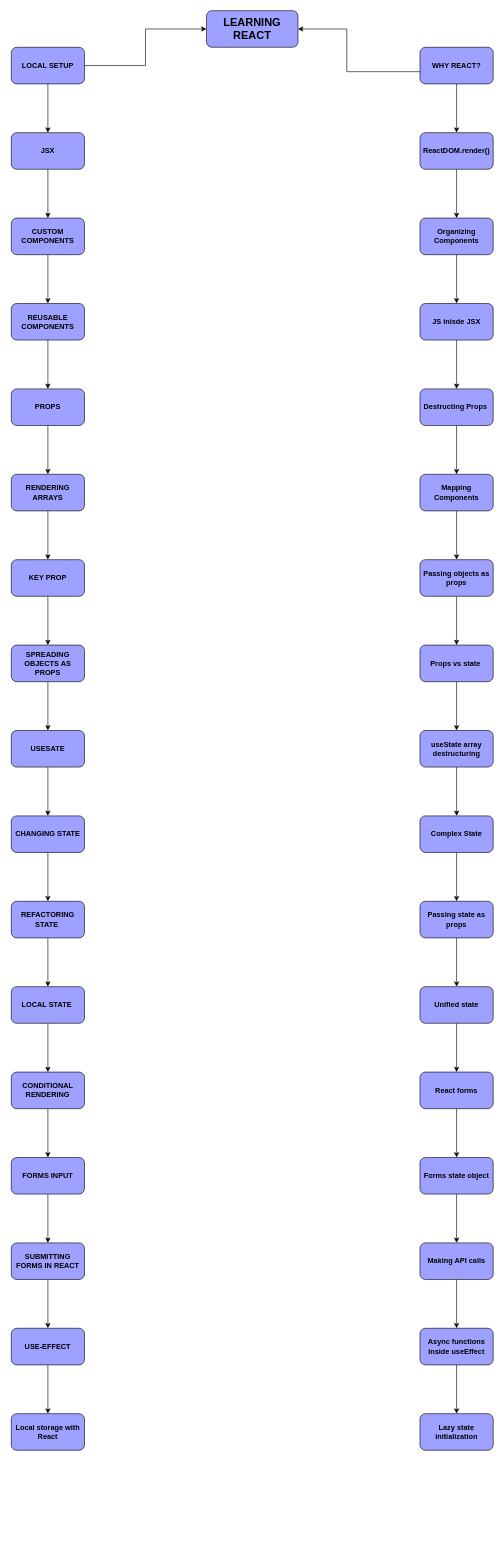
The draw.io diagram React-roadmap.drawio in chapman91/Career-Portfolio, before the edit. Source tidied: cells renumbered, new cells numbered last; positions are measured from the earlier drawing's top-left corner, leaving out a move shared by most shapes. Both pictures are drawn from the tidied source at 61%, with x=0, y=0 at pixel (11, 10).
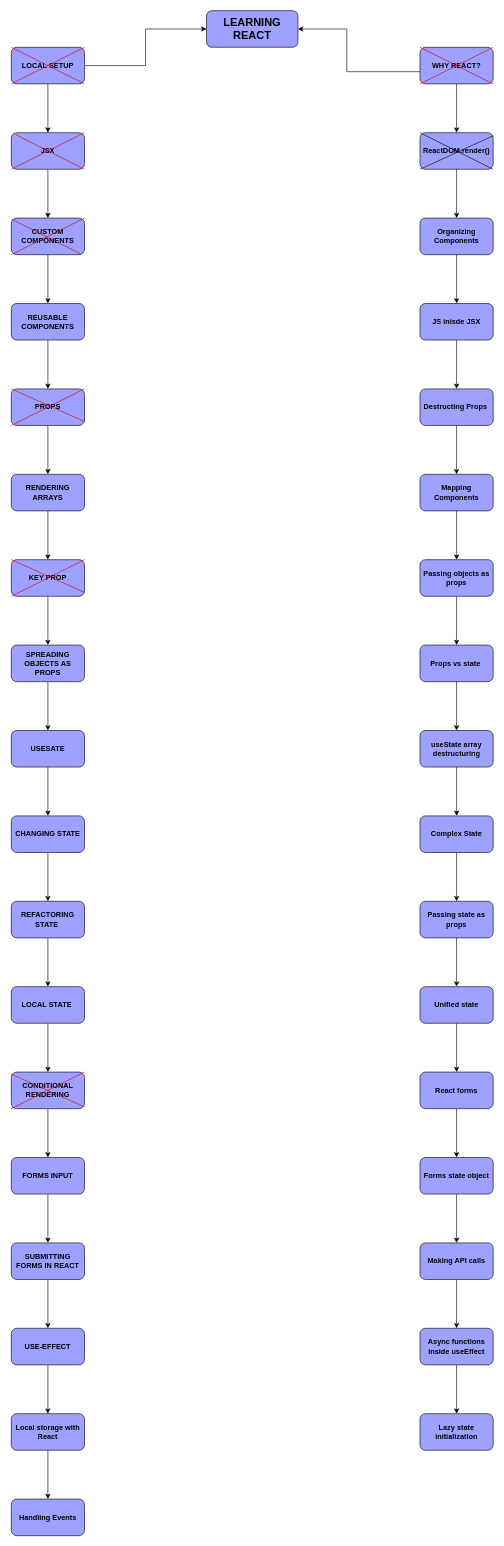
After the change.

Unchanged cells that the change refers to:
```xml
<mxCell id="4" value="&lt;b&gt;LOCAL SETUP&lt;/b&gt;" style="rounded=1;whiteSpace=wrap;html=1;fillColor=#9EA1FF;" parent="1" vertex="1">
  <mxGeometry y="60" width="120" height="60" as="geometry" />
</mxCell>
<mxCell id="6" value="&lt;b&gt;JSX&lt;/b&gt;" style="whiteSpace=wrap;html=1;rounded=1;fillColor=#9EA1FF;" parent="1" vertex="1">
  <mxGeometry y="200" width="120" height="60" as="geometry" />
</mxCell>
<mxCell id="8" value="&lt;b&gt;CUSTOM COMPONENTS&lt;/b&gt;" style="whiteSpace=wrap;html=1;rounded=1;fillColor=#9EA1FF;" parent="1" vertex="1">
  <mxGeometry y="340" width="120" height="60" as="geometry" />
</mxCell>
<mxCell id="12" value="&lt;b&gt;PROPS&lt;/b&gt;" style="whiteSpace=wrap;html=1;rounded=1;fillColor=#9EA1FF;" parent="1" vertex="1">
  <mxGeometry y="620" width="120" height="60" as="geometry" />
</mxCell>
<mxCell id="39" value="&lt;b&gt;ReactDOM.render()&lt;/b&gt;" style="whiteSpace=wrap;html=1;rounded=1;fillColor=#9EA1FF;" parent="1" vertex="1">
  <mxGeometry x="670" y="200" width="120" height="60" as="geometry" />
</mxCell>
<mxCell id="68" value="&lt;b&gt;Local storage with React&lt;/b&gt;" style="whiteSpace=wrap;html=1;rounded=1;fillColor=#9EA1FF;" parent="1" vertex="1">
  <mxGeometry y="2300" width="120" height="60" as="geometry" />
</mxCell>
```

The edit, as a diff of the source:
```diff
@@
+    <mxCell id="71" style="edgeStyle=orthogonalEdgeStyle;rounded=0;jettySize=auto;html=1;" parent="1" edge="1" source="68" target="88">
+      <mxGeometry relative="1" as="geometry" />
+    </mxCell>
@@
+    <mxCell id="72" style="endArrow=none;html=1;rounded=0;fillColor=#CC0000;strokeColor=#CC0000;exitX=0;exitY=0;exitDx=0;exitDy=0;entryX=1;entryY=1;entryDx=0;entryDy=0;" parent="1" edge="1" source="4" target="4">
+      <mxGeometry relative="1" as="geometry" />
+    </mxCell>
+    <mxCell id="73" style="endArrow=none;html=1;rounded=0;fillColor=#CC0000;strokeColor=#CC0000;exitX=0;exitY=1;exitDx=0;exitDy=0;entryX=1;entryY=0;entryDx=0;entryDy=0;" parent="1" edge="1" source="4" target="4">
+      <mxGeometry relative="1" as="geometry" />
+    </mxCell>
+    <mxCell id="74" style="endArrow=none;html=1;rounded=0;fillColor=#CC0000;strokeColor=#CC0000;exitX=0;exitY=1;exitDx=0;exitDy=0;entryX=1;entryY=0;entryDx=0;entryDy=0;" parent="1" edge="1">
+      <mxGeometry relative="1" as="geometry">
+        <mxPoint y="260" as="sourcePoint" />
+        <mxPoint x="120" y="200" as="targetPoint" />
+      </mxGeometry>
+    </mxCell>
+    <mxCell id="75" style="endArrow=none;html=1;rounded=0;fillColor=#CC0000;strokeColor=#CC0000;exitX=0.058;exitY=0.05;exitDx=0;exitDy=0;entryX=1;entryY=1;entryDx=0;entryDy=0;exitPerimeter=0;" parent="1" edge="1" source="6" target="6">
+      <mxGeometry relative="1" as="geometry" />
+    </mxCell>
+    <mxCell id="76" style="endArrow=none;html=1;rounded=0;fillColor=#CC0000;strokeColor=#CC0000;exitX=0.058;exitY=0.05;exitDx=0;exitDy=0;entryX=1;entryY=1;entryDx=0;entryDy=0;exitPerimeter=0;" parent="1" edge="1">
+      <mxGeometry relative="1" as="geometry">
+        <mxPoint y="341.5" as="sourcePoint" />
+        <mxPoint x="113" y="398.5" as="targetPoint" />
+      </mxGeometry>
+    </mxCell>
+    <mxCell id="77" style="endArrow=none;html=1;rounded=0;fillColor=#CC0000;strokeColor=#CC0000;exitX=0;exitY=1;exitDx=0;exitDy=0;entryX=1;entryY=0;entryDx=0;entryDy=0;" parent="1" edge="1" source="8" target="8">
+      <mxGeometry relative="1" as="geometry" />
+    </mxCell>
+    <mxCell id="78" style="endArrow=none;html=1;rounded=0;fillColor=#CC0000;strokeColor=#CC0000;exitX=0;exitY=0;exitDx=0;exitDy=0;entryX=1;entryY=1;entryDx=0;entryDy=0;" parent="1" edge="1">
+      <mxGeometry relative="1" as="geometry">
+        <mxPoint x="670" y="60" as="sourcePoint" />
+        <mxPoint x="790" y="120" as="targetPoint" />
+      </mxGeometry>
+    </mxCell>
+    <mxCell id="79" style="endArrow=none;html=1;rounded=0;fillColor=#CC0000;strokeColor=#CC0000;exitX=0;exitY=1;exitDx=0;exitDy=0;entryX=1;entryY=0;entryDx=0;entryDy=0;" parent="1" edge="1">
+      <mxGeometry relative="1" as="geometry">
+        <mxPoint x="670" y="120" as="sourcePoint" />
+        <mxPoint x="790" y="60" as="targetPoint" />
+      </mxGeometry>
+    </mxCell>
+    <mxCell id="80" style="endArrow=none;html=1;rounded=0;fillColor=#CC0000;strokeColor=#CC0000;exitX=0;exitY=1;exitDx=0;exitDy=0;entryX=1;entryY=0;entryDx=0;entryDy=0;" parent="1" edge="1">
+      <mxGeometry relative="1" as="geometry">
+        <mxPoint y="680" as="sourcePoint" />
+        <mxPoint x="120" y="620" as="targetPoint" />
+      </mxGeometry>
+    </mxCell>
+    <mxCell id="81" style="endArrow=none;html=1;rounded=0;fillColor=#CC0000;strokeColor=#CC0000;exitX=0;exitY=0;exitDx=0;exitDy=0;entryX=1.008;entryY=0.9;entryDx=0;entryDy=0;entryPerimeter=0;" parent="1" edge="1" source="12" target="12">
+      <mxGeometry relative="1" as="geometry" />
+    </mxCell>
+    <mxCell id="82" style="endArrow=none;html=1;rounded=0;fillColor=#CC0000;strokeColor=#CC0000;exitX=0;exitY=0;exitDx=0;exitDy=0;entryX=1.008;entryY=0.9;entryDx=0;entryDy=0;entryPerimeter=0;" parent="1" edge="1">
+      <mxGeometry relative="1" as="geometry">
+        <mxPoint y="900" as="sourcePoint" />
+        <mxPoint x="121" y="954" as="targetPoint" />
+      </mxGeometry>
+    </mxCell>
+    <mxCell id="83" style="endArrow=none;html=1;rounded=0;fillColor=#CC0000;strokeColor=#CC0000;exitX=0;exitY=1;exitDx=0;exitDy=0;entryX=1;entryY=0;entryDx=0;entryDy=0;" parent="1" edge="1">
+      <mxGeometry relative="1" as="geometry">
+        <mxPoint y="960" as="sourcePoint" />
+        <mxPoint x="120" y="900" as="targetPoint" />
+      </mxGeometry>
+    </mxCell>
+    <mxCell id="84" style="endArrow=none;html=1;rounded=0;fillColor=#707070;exitX=0;exitY=1;exitDx=0;exitDy=0;" parent="1" edge="1" source="39">
+      <mxGeometry relative="1" as="geometry">
+        <mxPoint x="790" y="205" as="targetPoint" />
+      </mxGeometry>
+    </mxCell>
+    <mxCell id="85" style="endArrow=none;html=1;rounded=0;fillColor=#707070;exitX=0;exitY=0;exitDx=0;exitDy=0;entryX=1;entryY=1;entryDx=0;entryDy=0;" parent="1" edge="1" source="39" target="39">
+      <mxGeometry relative="1" as="geometry" />
+    </mxCell>
+    <mxCell id="86" style="endArrow=none;html=1;rounded=0;fillColor=#CC0000;strokeColor=#CC0000;exitX=0;exitY=0;exitDx=0;exitDy=0;entryX=1.008;entryY=0.9;entryDx=0;entryDy=0;entryPerimeter=0;" parent="1" edge="1">
+      <mxGeometry relative="1" as="geometry">
+        <mxPoint x="-1" y="1743" as="sourcePoint" />
+        <mxPoint x="120" y="1797" as="targetPoint" />
+      </mxGeometry>
+    </mxCell>
+    <mxCell id="87" style="endArrow=none;html=1;rounded=0;fillColor=#CC0000;strokeColor=#CC0000;exitX=0;exitY=1;exitDx=0;exitDy=0;entryX=1;entryY=0;entryDx=0;entryDy=0;" parent="1" edge="1">
+      <mxGeometry relative="1" as="geometry">
+        <mxPoint y="1800" as="sourcePoint" />
+        <mxPoint x="120" y="1740" as="targetPoint" />
+      </mxGeometry>
+    </mxCell>
+    <mxCell id="88" value="&lt;b&gt;Handling Events&lt;/b&gt;" style="whiteSpace=wrap;html=1;fillColor=#9EA1FF;rounded=1;" parent="1" vertex="1">
+      <mxGeometry y="2440" width="120" height="60" as="geometry" />
+    </mxCell>
```
